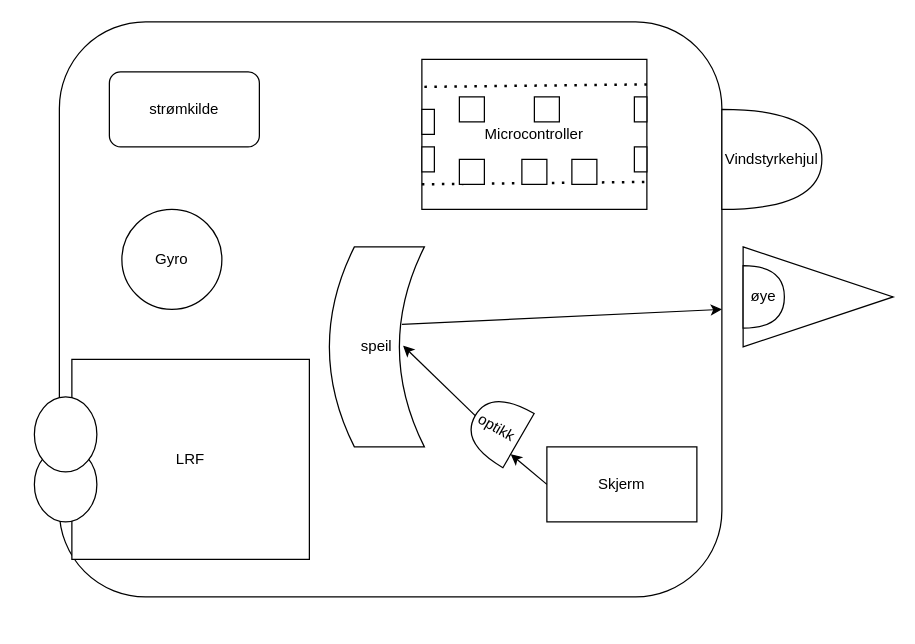
The draw.io diagram flexEye.drawio in MarionAmlie/BAWeb, before the edit. Source tidied: cells renumbered, new cells numbered last; positions are measured from the earlier drawing's top-left corner, leaving out a move shared by most shapes. Both pictures are drawn from the tidied source at 125%, with x=0, y=0 at pixel (34, 21).
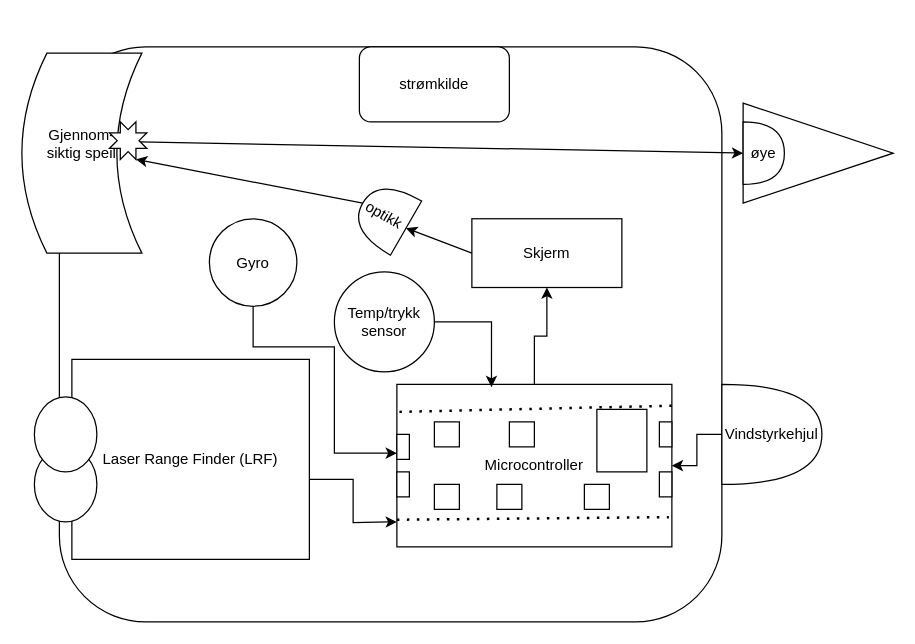
After the change.

Diff of the diagram source:
```diff
@@
     <mxCell id="2" style="rounded=1;whiteSpace=wrap;html=1;" parent="1" vertex="1">
-      <mxGeometry x="20" width="530" height="460" as="geometry" />
+      <mxGeometry x="20" y="20" width="530" height="460" as="geometry" />
     </mxCell>
-    <mxCell id="3" value="LRF" style="rounded=0;whiteSpace=wrap;html=1;" parent="1" vertex="1">
+    <mxCell id="3" value="Laser Range Finder (LRF)" style="rounded=0;whiteSpace=wrap;html=1;" parent="1" vertex="1">
       <mxGeometry x="30" y="270" width="190" height="160" as="geometry" />
     </mxCell>
@@
+    <mxCell id="29" style="edgeStyle=orthogonalEdgeStyle;rounded=0;jettySize=auto;html=1;exitX=1;exitY=0.6;exitDx=0;exitDy=0;exitPerimeter=0;" parent="1" edge="1" source="3">
+      <mxGeometry relative="1" as="geometry">
+        <mxPoint x="290" y="400" as="targetPoint" />
+      </mxGeometry>
+    </mxCell>
+    <mxCell id="30" style="edgeStyle=orthogonalEdgeStyle;rounded=0;jettySize=auto;html=1;entryX=0.5;entryY=1;entryDx=0;entryDy=0;" parent="1" edge="1" source="6" target="19">
+      <mxGeometry relative="1" as="geometry" />
+    </mxCell>
     <mxCell id="6" value="Microcontroller" style="rounded=0;whiteSpace=wrap;html=1;" parent="1" vertex="1">
-      <mxGeometry x="310" y="30" width="180" height="120" as="geometry" />
+      <mxGeometry x="290" y="290" width="220" height="130" as="geometry" />
     </mxCell>
@@
-    <mxCell id="8" style="endArrow=none;dashed=1;html=1;dashPattern=1 3;strokeWidth=2;rounded=0;entryX=0.989;entryY=0.817;entryDx=0;entryDy=0;entryPerimeter=0;exitX=0;exitY=0.833;exitDx=0;exitDy=0;exitPerimeter=0;" parent="1" edge="1">
+    <mxCell id="8" style="endArrow=none;dashed=1;html=1;dashPattern=1 3;strokeWidth=2;rounded=0;entryX=1.009;entryY=0.131;entryDx=0;entryDy=0;entryPerimeter=0;exitX=0;exitY=0.833;exitDx=0;exitDy=0;exitPerimeter=0;" parent="1" edge="1" target="6">
       <mxGeometry relative="1" as="geometry">
-        <mxPoint x="312" y="52" as="sourcePoint" />
-        <mxPoint x="490" y="50" as="targetPoint" />
+        <mxPoint x="292" y="312" as="sourcePoint" />
       </mxGeometry>
     </mxCell>
     <mxCell id="9" style="whiteSpace=wrap;html=1;" parent="1" vertex="1">
-      <mxGeometry x="340" y="60" width="20" height="20" as="geometry" />
+      <mxGeometry x="320" y="320" width="20" height="20" as="geometry" />
     </mxCell>
     <mxCell id="10" style="whiteSpace=wrap;html=1;" parent="1" vertex="1">
-      <mxGeometry x="430" y="110" width="20" height="20" as="geometry" />
+      <mxGeometry x="440" y="370" width="20" height="20" as="geometry" />
     </mxCell>
     <mxCell id="11" style="whiteSpace=wrap;html=1;" parent="1" vertex="1">
-      <mxGeometry x="390" y="110" width="20" height="20" as="geometry" />
+      <mxGeometry x="370" y="370" width="20" height="20" as="geometry" />
     </mxCell>
     <mxCell id="12" style="whiteSpace=wrap;html=1;" parent="1" vertex="1">
-      <mxGeometry x="340" y="110" width="20" height="20" as="geometry" />
+      <mxGeometry x="320" y="370" width="20" height="20" as="geometry" />
     </mxCell>
     <mxCell id="13" style="whiteSpace=wrap;html=1;" parent="1" vertex="1">
-      <mxGeometry x="400" y="60" width="20" height="20" as="geometry" />
+      <mxGeometry x="380" y="320" width="20" height="20" as="geometry" />
     </mxCell>
     <mxCell id="14" style="rounded=0;whiteSpace=wrap;html=1;direction=south;" parent="1" vertex="1">
-      <mxGeometry x="310" y="100" width="10" height="20" as="geometry" />
+      <mxGeometry x="290" y="360" width="10" height="20" as="geometry" />
     </mxCell>
     <mxCell id="15" style="rounded=0;whiteSpace=wrap;html=1;direction=south;" parent="1" vertex="1">
-      <mxGeometry x="310" y="70" width="10" height="20" as="geometry" />
+      <mxGeometry x="290" y="330" width="10" height="20" as="geometry" />
     </mxCell>
     <mxCell id="16" style="rounded=0;whiteSpace=wrap;html=1;direction=south;" parent="1" vertex="1">
-      <mxGeometry x="480" y="60" width="10" height="20" as="geometry" />
+      <mxGeometry x="500" y="320" width="10" height="20" as="geometry" />
     </mxCell>
     <mxCell id="17" style="rounded=0;whiteSpace=wrap;html=1;direction=south;" parent="1" vertex="1">
-      <mxGeometry x="480" y="100" width="10" height="20" as="geometry" />
+      <mxGeometry x="500" y="360" width="10" height="20" as="geometry" />
     </mxCell>
+    <mxCell id="31" style="edgeStyle=orthogonalEdgeStyle;rounded=0;jettySize=auto;html=1;entryX=0.75;entryY=1;entryDx=0;entryDy=0;" parent="1" edge="1" source="18" target="15">
+      <mxGeometry relative="1" as="geometry">
+        <Array as="points">
+          <mxPoint x="175" y="260" />
+          <mxPoint x="240" y="260" />
+          <mxPoint x="240" y="345" />
+        </Array>
+      </mxGeometry>
+    </mxCell>
     <mxCell id="18" value="Gyro" style="ellipse;whiteSpace=wrap;html=1;" parent="1" vertex="1">
-      <mxGeometry x="70" y="150" width="80" height="80" as="geometry" />
+      <mxGeometry x="140" y="157.5" width="70" height="70" as="geometry" />
     </mxCell>
     <mxCell id="19" value="Skjerm" style="rounded=0;whiteSpace=wrap;html=1;" parent="1" vertex="1">
-      <mxGeometry x="410" y="340" width="120" height="60" as="geometry" />
+      <mxGeometry x="350" y="157.5" width="120" height="55" as="geometry" />
     </mxCell>
     <mxCell id="20" value="optikk" style="shape=or;whiteSpace=wrap;html=1;direction=west;rotation=30;" parent="1" vertex="1">
-      <mxGeometry x="350" y="300" width="40" height="50" as="geometry" />
+      <mxGeometry x="260" y="130" width="40" height="50" as="geometry" />
     </mxCell>
-    <mxCell id="21" value="speil" style="shape=dataStorage;whiteSpace=wrap;html=1;fixedSize=1;" parent="1" vertex="1">
-      <mxGeometry x="236" y="180" width="76" height="160" as="geometry" />
+    <mxCell id="21" value="Gjennom-&lt;br&gt;siktig speil&lt;br&gt;&lt;br&gt;" style="shape=dataStorage;whiteSpace=wrap;html=1;fixedSize=1;" parent="1" vertex="1">
+      <mxGeometry x="-10" y="25" width="96" height="160" as="geometry" />
     </mxCell>
-    <mxCell id="22" style="endArrow=classic;html=1;rounded=0;exitX=0;exitY=0.5;exitDx=0;exitDy=0;entryX=0;entryY=0.25;entryDx=0;entryDy=0;entryPerimeter=0;" parent="1" edge="1" source="19" target="20">
+    <mxCell id="22" style="endArrow=classic;html=1;rounded=0;exitX=0;exitY=0.5;exitDx=0;exitDy=0;entryX=0;entryY=0.5;entryDx=0;entryDy=0;entryPerimeter=0;" parent="1" edge="1" source="19" target="20">
       <mxGeometry relative="1" as="geometry" />
     </mxCell>
-    <mxCell id="23" style="endArrow=classic;html=1;rounded=0;exitX=1;exitY=0.5;exitDx=0;exitDy=0;entryX=0.776;entryY=0.494;entryDx=0;entryDy=0;entryPerimeter=0;exitPerimeter=0;" parent="1" edge="1" source="20" target="21">
-      <mxGeometry relative="1" as="geometry" />
-    </mxCell>
-    <mxCell id="24" style="endArrow=classic;html=1;rounded=0;exitX=0.763;exitY=0.388;exitDx=0;exitDy=0;exitPerimeter=0;entryX=1;entryY=0.5;entryDx=0;entryDy=0;" parent="1" edge="1" source="21" target="2">
+    <mxCell id="24" style="endArrow=classic;html=1;rounded=0;entryX=0;entryY=0.5;entryDx=0;entryDy=0;entryPerimeter=0;exitX=0.8;exitY=0.533;exitDx=0;exitDy=0;exitPerimeter=0;" parent="1" edge="1" source="35" target="28">
       <mxGeometry relative="1" as="geometry" />
     </mxCell>
     <mxCell id="25" value="strømkilde" style="rounded=1;whiteSpace=wrap;html=1;" parent="1" vertex="1">
-      <mxGeometry x="60" y="40" width="120" height="60" as="geometry" />
+      <mxGeometry x="260" y="20" width="120" height="60" as="geometry" />
     </mxCell>
+    <mxCell id="32" style="edgeStyle=orthogonalEdgeStyle;rounded=0;jettySize=auto;html=1;" parent="1" edge="1" source="26" target="6">
+      <mxGeometry relative="1" as="geometry" />
+    </mxCell>
     <mxCell id="26" value="Vindstyrkehjul" style="shape=or;whiteSpace=wrap;html=1;" parent="1" vertex="1">
-      <mxGeometry x="550" y="70" width="80" height="80" as="geometry" />
+      <mxGeometry x="550" y="290" width="80" height="80" as="geometry" />
     </mxCell>
     <mxCell id="27" style="triangle;whiteSpace=wrap;html=1;" parent="1" vertex="1">
-      <mxGeometry x="567" y="180" width="120" height="80" as="geometry" />
+      <mxGeometry x="567" y="65" width="120" height="80" as="geometry" />
     </mxCell>
     <mxCell id="28" value="øye" style="shape=or;whiteSpace=wrap;html=1;" parent="1" vertex="1">
-      <mxGeometry x="567" y="195" width="33" height="50" as="geometry" />
+      <mxGeometry x="567" y="80" width="33" height="50" as="geometry" />
     </mxCell>
+    <mxCell id="33" value="Temp/trykk sensor" style="ellipse;whiteSpace=wrap;html=1;" parent="1" vertex="1">
+      <mxGeometry x="240" y="200" width="80" height="80" as="geometry" />
+    </mxCell>
+    <mxCell id="34" style="endArrow=classic;html=1;rounded=0;exitX=1;exitY=0.5;exitDx=0;exitDy=0;exitPerimeter=0;entryX=0.71;entryY=1;entryDx=0;entryDy=0;entryPerimeter=0;" parent="1" edge="1" source="20" target="35">
+      <mxGeometry relative="1" as="geometry" />
+    </mxCell>
+    <mxCell id="35" style="verticalLabelPosition=bottom;verticalAlign=top;html=1;shape=mxgraph.basic.8_point_star;" parent="1" vertex="1">
+      <mxGeometry x="60" y="80" width="30" height="30" as="geometry" />
+    </mxCell>
+    <mxCell id="36" style="edgeStyle=orthogonalEdgeStyle;rounded=0;jettySize=auto;html=1;entryX=0.344;entryY=0.017;entryDx=0;entryDy=0;entryPerimeter=0;exitX=1;exitY=0.5;exitDx=0;exitDy=0;" parent="1" edge="1" source="33" target="6">
+      <mxGeometry relative="1" as="geometry">
+        <Array as="points">
+          <mxPoint x="366" y="240" />
+        </Array>
+      </mxGeometry>
+    </mxCell>
+    <mxCell id="37" style="rounded=0;whiteSpace=wrap;html=1;" parent="1" vertex="1">
+      <mxGeometry x="450" y="310" width="40" height="50" as="geometry" />
+    </mxCell>
```
